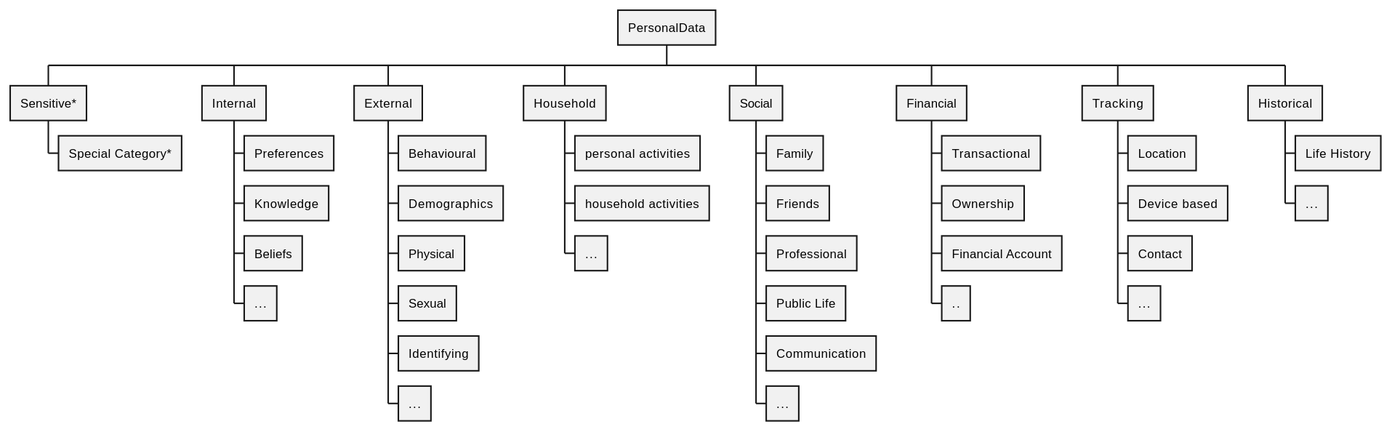
Above: 2.1-dev/diagrams/PD.svg in w3c/dpv (PlantUML), before the change. The source it was exported from:
```plantuml
@startwbs
!include style.plantuml

* PersonalData
** Sensitive*
*** Special Category*
** Internal
*** Preferences
*** Knowledge
*** Beliefs
*** ...
** External
*** Behavioural
*** Demographics
*** Physical
*** Sexual
*** Identifying
*** ...
** Household
*** personal activities
*** household activities
*** ...
** Social
*** Family
*** Friends
*** Professional
*** Public Life
*** Communication
*** ...
** Financial
*** Transactional
*** Ownership
*** Financial Account
*** ..
** Tracking
*** Location
*** Device based
*** Contact
*** ...
** Historical
*** Life History
*** ...

@endwbs
```
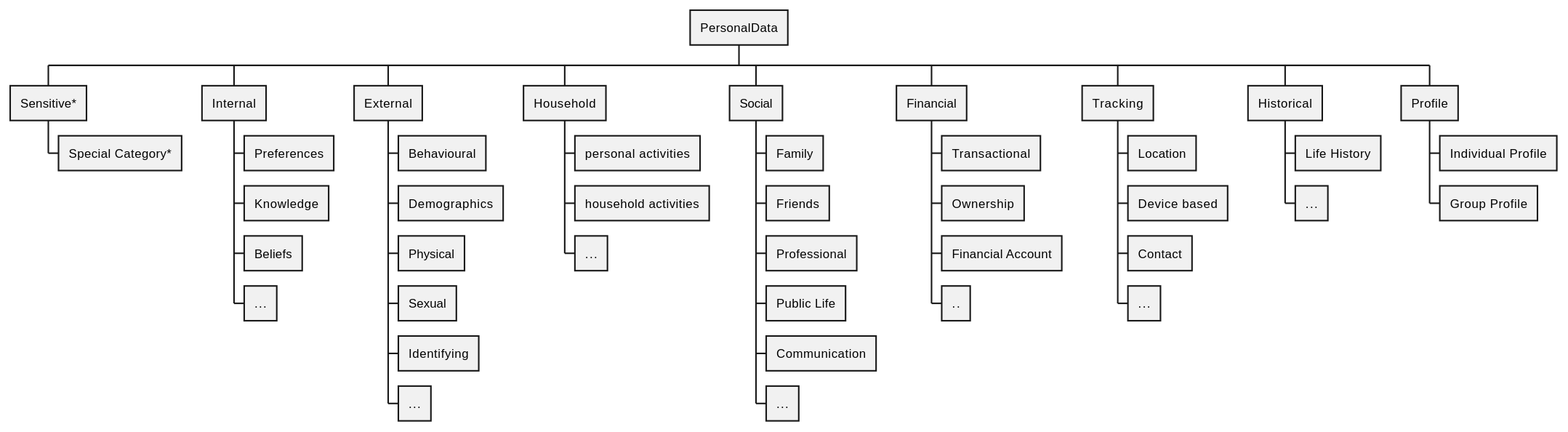
Later version of the same file.

What changed in the source:
```diff
@@ -40,5 +40,8 @@
 ** Historical
 *** Life History
 *** ...
+** Profile
+*** Individual Profile
+*** Group Profile
 
 @endwbs
```
